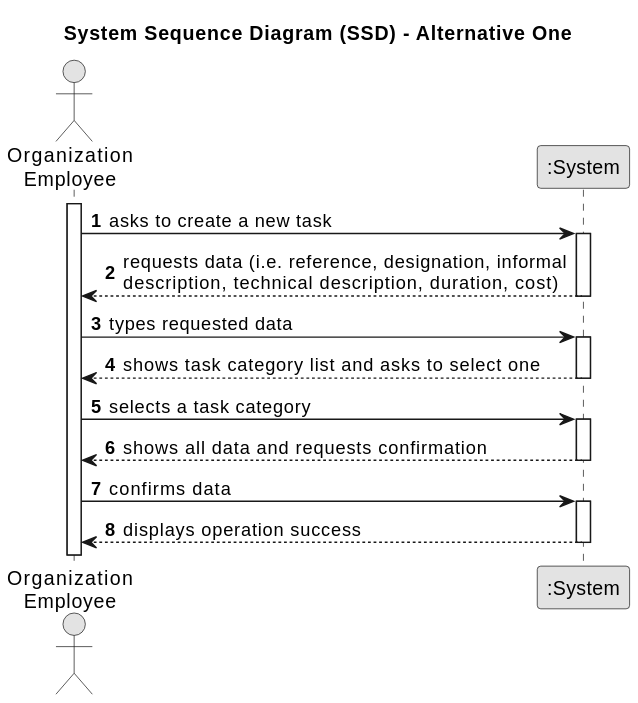
The PlantUML diagram docs/sprintA/us005/01.requirements-engineering/svg/us006-system-sequence-diagram-alternative-one.svg in 1231360-ISEP/lei-24-s2-1db-g021, before a commit.
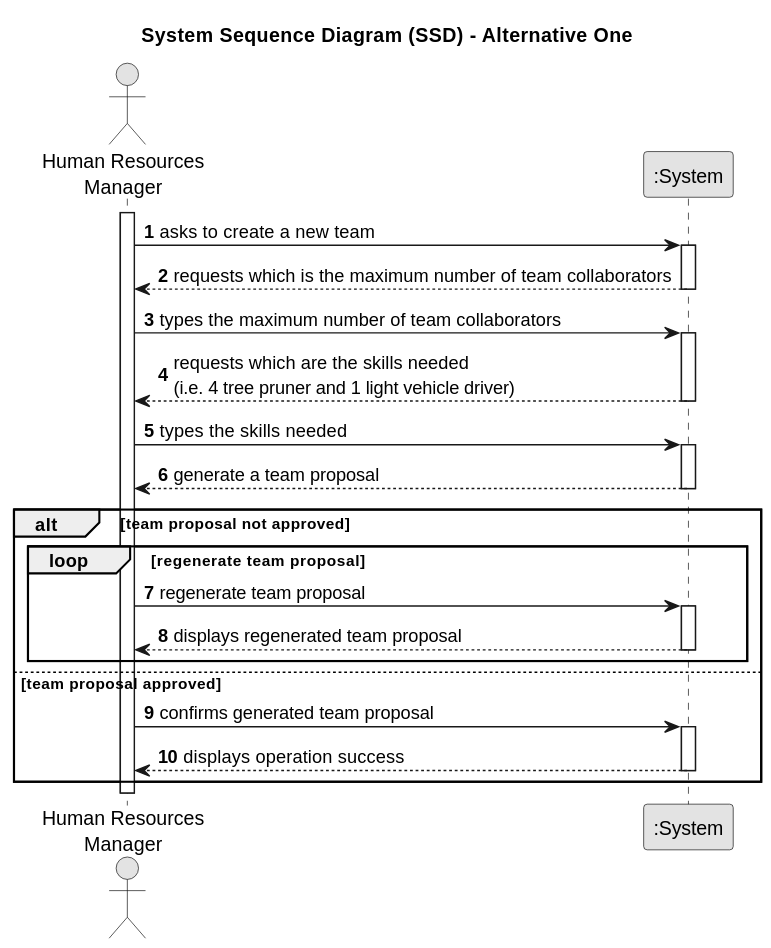
After the change.

Commit message:
Update the User Storie 1 and 5 - SVG´s plant UML´S.

Change to the diagram source:
```diff
@@ -7,32 +7,42 @@
 
 autonumber
 
-actor "Organization\nEmployee" as Employee
+actor "Human Resources\nManager" as HRM
 participant ":System" as System
 
-activate Employee
+activate HRM
 
-    Employee -> System : asks to create a new task
+    HRM -> System : asks to create a new team
     activate System
 
-        System --> Employee : requests data (i.e. reference, designation, informal\ndescription, technical description, duration, cost)
+        System --> HRM : requests which is the maximum number of team collaborators
     deactivate System
 
-    Employee -> System : types requested data
+    HRM -> System : types the maximum number of team collaborators
     activate System
 
-        System --> Employee : shows task category list and asks to select one
+        System --> HRM : requests which are the skills needed\n(i.e. 4 tree pruner and 1 light vehicle driver)
     deactivate System
 
-    Employee -> System : selects a task category
+    HRM -> System : types the skills needed
     activate System
 
-        System --> Employee : shows all data and requests confirmation
+        System --> HRM : generate a team proposal
     deactivate System
 
-    Employee -> System : confirms data
-    activate System
+    alt team proposal not approved
+        loop regenerate team proposal
+            HRM -> System : regenerate team proposal
+            activate System
 
-        System --> Employee : displays operation success
-    deactivate System
+                System --> HRM : displays regenerated team proposal
+            deactivate System
+        end
+    else team proposal approved
+        HRM -> System : confirms generated team proposal
+            activate System
+
+                System --> HRM : displays operation success
+            deactivate System
+    end
 @enduml
```
